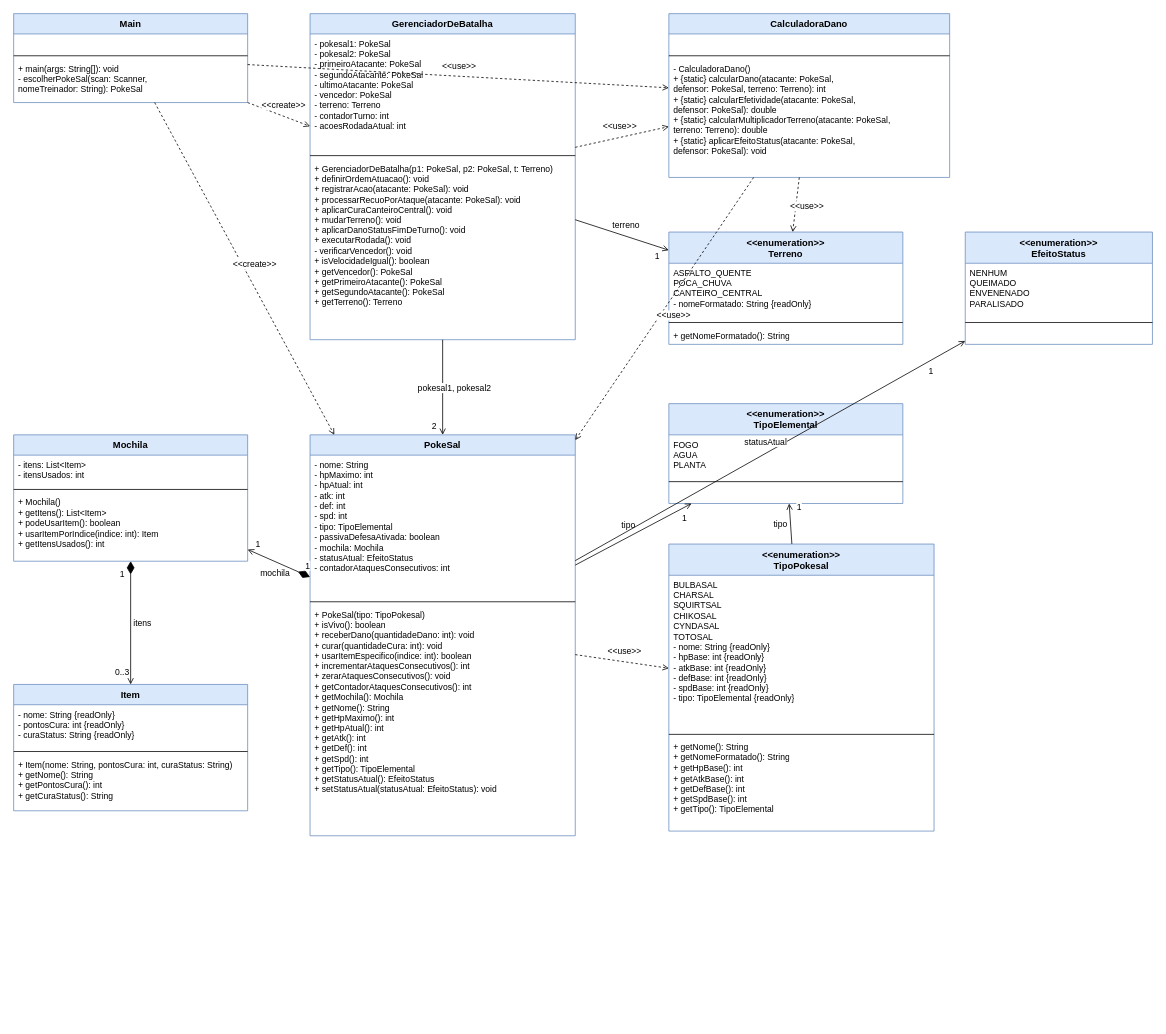
Before: docs/uml/diagrama-classes.drawio in PokeSal/PokeSal, a draw.io diagram. Source tidied: cells renumbered, new cells numbered last; positions are measured from the earlier drawing's top-left corner, leaving out a move shared by most shapes. Both pictures are drawn from the tidied source at 78%, with x=0, y=0 at pixel (13, 13).
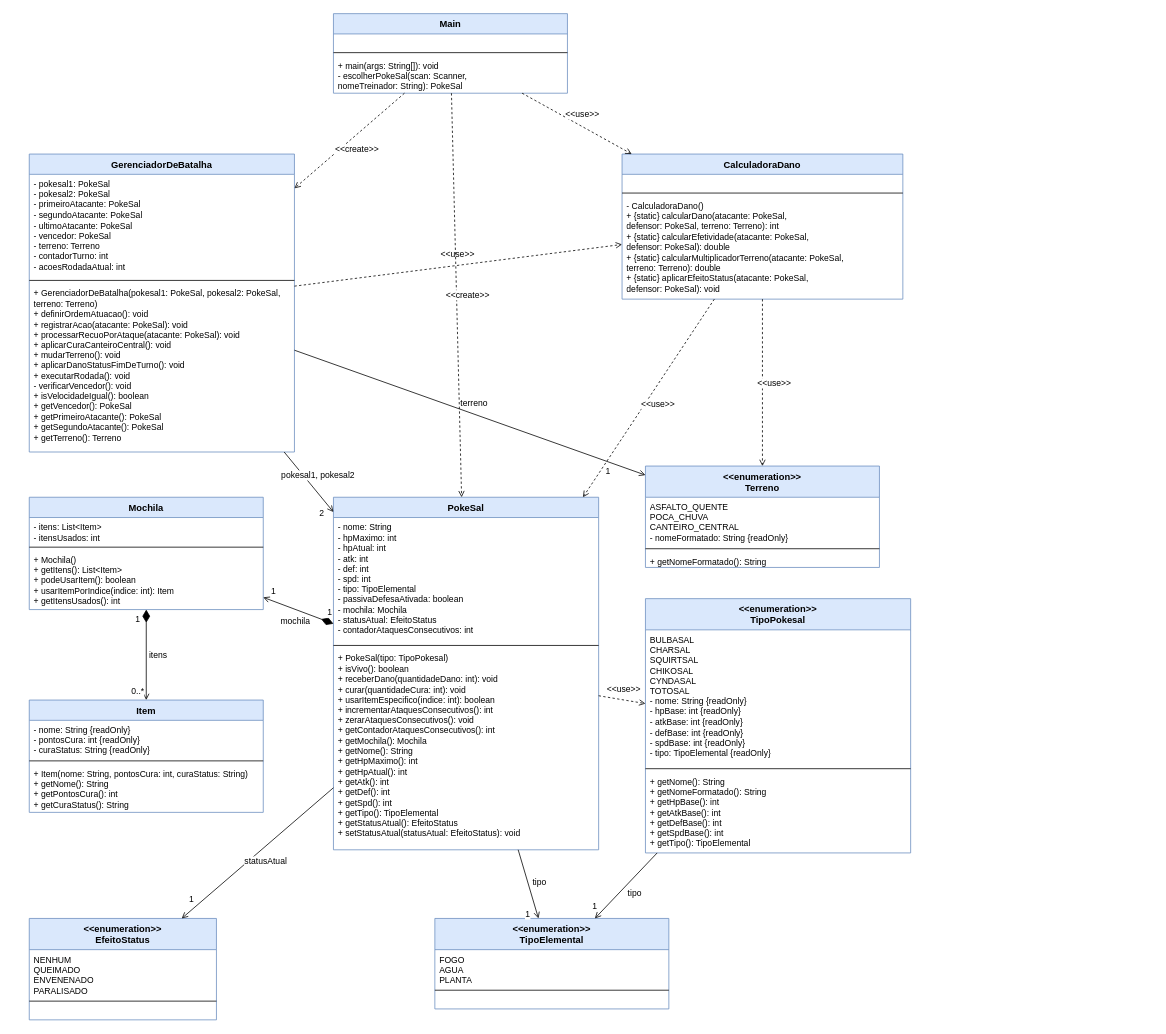
After the change.

Commit message (it also covers changes not shown here):
docs(uml): corrige cardinalidade, nomes de parametros e setas extend

The change refers to these unchanged cells:
```xml
<mxCell id="46" style="edgeStyle=none;html=1;rounded=0;startArrow=diamondThin;startFill=1;endArrow=open;endFill=0;startSize=14;" parent="1" edge="1" source="18" target="22">
  <mxGeometry relative="1" as="geometry" />
</mxCell>
```

What changed in the source:
```diff
@@
     <mxCell id="2" value="Main" style="swimlane;fontStyle=1;align=center;verticalAlign=top;horizontal=1;startSize=26;whiteSpace=wrap;html=1;fillColor=#dae8fc;strokeColor=#6c8ebf;" parent="1" vertex="1">
-      <mxGeometry width="300" height="114" as="geometry" />
+      <mxGeometry x="410" width="300" height="102" as="geometry" />
     </mxCell>
     <mxCell id="3" style="text;strokeColor=none;fillColor=none;align=left;verticalAlign=top;spacingLeft=4;spacingRight=4;overflow=hidden;whiteSpace=wrap;html=1;fontSize=11;" parent="2" vertex="1">
-      <mxGeometry y="26" width="300" height="24" as="geometry" />
+      <mxGeometry y="26" width="300" height="20" as="geometry" />
     </mxCell>
     <mxCell id="4" style="line;strokeWidth=1;fillColor=none;align=left;verticalAlign=middle;" parent="2" vertex="1">
-      <mxGeometry y="50" width="300" height="8" as="geometry" />
+      <mxGeometry y="46" width="300" height="8" as="geometry" />
     </mxCell>
     <mxCell id="5" value="+ main(args: String[]): void&lt;br&gt;- escolherPokeSal(scan: Scanner,&lt;br&gt;    nomeTreinador: String): PokeSal" style="text;strokeColor=none;fillColor=none;align=left;verticalAlign=top;spacingLeft=4;spacingRight=4;overflow=hidden;whiteSpace=wrap;html=1;fontSize=11;" parent="2" vertex="1">
-      <mxGeometry y="58" width="300" height="56" as="geometry" />
+      <mxGeometry y="54" width="300" height="48" as="geometry" />
     </mxCell>
     <mxCell id="6" value="GerenciadorDeBatalha" style="swimlane;fontStyle=1;align=center;verticalAlign=top;horizontal=1;startSize=26;whiteSpace=wrap;html=1;fillColor=#dae8fc;strokeColor=#6c8ebf;" parent="1" vertex="1">
-      <mxGeometry x="380" width="340" height="418" as="geometry" />
+      <mxGeometry x="20" y="180" width="340" height="382" as="geometry" />
     </mxCell>
     <mxCell id="7" value="- pokesal1: PokeSal&lt;br&gt;- pokesal2: PokeSal&lt;br&gt;- primeiroAtacante: PokeSal&lt;br&gt;- segundoAtacante: PokeSal&lt;br&gt;- ultimoAtacante: PokeSal&lt;br&gt;- vencedor: PokeSal&lt;br&gt;- terreno: Terreno&lt;br&gt;- contadorTurno: int&lt;br&gt;- acoesRodadaAtual: int" style="text;strokeColor=none;fillColor=none;align=left;verticalAlign=top;spacingLeft=4;spacingRight=4;overflow=hidden;whiteSpace=wrap;html=1;fontSize=11;" parent="6" vertex="1">
-      <mxGeometry y="26" width="340" height="152" as="geometry" />
+      <mxGeometry y="26" width="340" height="132" as="geometry" />
     </mxCell>
     <mxCell id="8" style="line;strokeWidth=1;fillColor=none;align=left;verticalAlign=middle;" parent="6" vertex="1">
-      <mxGeometry y="178" width="340" height="8" as="geometry" />
+      <mxGeometry y="158" width="340" height="8" as="geometry" />
     </mxCell>
-    <mxCell id="9" value="+ GerenciadorDeBatalha(p1: PokeSal, p2: PokeSal, t: Terreno)&lt;br&gt;+ definirOrdemAtuacao(): void&lt;br&gt;+ registrarAcao(atacante: PokeSal): void&lt;br&gt;+ processarRecuoPorAtaque(atacante: PokeSal): void&lt;br&gt;+ aplicarCuraCanteiroCentral(): void&lt;br&gt;+ mudarTerreno(): void&lt;br&gt;+ aplicarDanoStatusFimDeTurno(): void&lt;br&gt;+ executarRodada(): void&lt;br&gt;- verificarVencedor(): void&lt;br&gt;+ isVelocidadeIgual(): boolean&lt;br&gt;+ getVencedor(): PokeSal&lt;br&gt;+ getPrimeiroAtacante(): PokeSal&lt;br&gt;+ getSegundoAtacante(): PokeSal&lt;br&gt;+ getTerreno(): Terreno" style="text;strokeColor=none;fillColor=none;align=left;verticalAlign=top;spacingLeft=4;spacingRight=4;overflow=hidden;whiteSpace=wrap;html=1;fontSize=11;" parent="6" vertex="1">
-      <mxGeometry y="186" width="340" height="232" as="geometry" />
+    <mxCell id="9" value="+ GerenciadorDeBatalha(pokesal1: PokeSal, pokesal2: PokeSal,&lt;br&gt;    terreno: Terreno)&lt;br&gt;+ definirOrdemAtuacao(): void&lt;br&gt;+ registrarAcao(atacante: PokeSal): void&lt;br&gt;+ processarRecuoPorAtaque(atacante: PokeSal): void&lt;br&gt;+ aplicarCuraCanteiroCentral(): void&lt;br&gt;+ mudarTerreno(): void&lt;br&gt;+ aplicarDanoStatusFimDeTurno(): void&lt;br&gt;+ executarRodada(): void&lt;br&gt;- verificarVencedor(): void&lt;br&gt;+ isVelocidadeIgual(): boolean&lt;br&gt;+ getVencedor(): PokeSal&lt;br&gt;+ getPrimeiroAtacante(): PokeSal&lt;br&gt;+ getSegundoAtacante(): PokeSal&lt;br&gt;+ getTerreno(): Terreno" style="text;strokeColor=none;fillColor=none;align=left;verticalAlign=top;spacingLeft=4;spacingRight=4;overflow=hidden;whiteSpace=wrap;html=1;fontSize=11;" parent="6" vertex="1">
+      <mxGeometry y="166" width="340" height="216" as="geometry" />
     </mxCell>
     <mxCell id="10" value="CalculadoraDano" style="swimlane;fontStyle=1;align=center;verticalAlign=top;horizontal=1;startSize=26;whiteSpace=wrap;html=1;fillColor=#dae8fc;strokeColor=#6c8ebf;" parent="1" vertex="1">
-      <mxGeometry x="840" width="360" height="210" as="geometry" />
+      <mxGeometry x="780" y="180" width="360" height="186" as="geometry" />
     </mxCell>
     <mxCell id="11" style="text;strokeColor=none;fillColor=none;align=left;verticalAlign=top;spacingLeft=4;spacingRight=4;overflow=hidden;whiteSpace=wrap;html=1;fontSize=11;" parent="10" vertex="1">
-      <mxGeometry y="26" width="360" height="24" as="geometry" />
+      <mxGeometry y="26" width="360" height="20" as="geometry" />
     </mxCell>
     <mxCell id="12" style="line;strokeWidth=1;fillColor=none;align=left;verticalAlign=middle;" parent="10" vertex="1">
-      <mxGeometry y="50" width="360" height="8" as="geometry" />
+      <mxGeometry y="46" width="360" height="8" as="geometry" />
     </mxCell>
     <mxCell id="13" value="- CalculadoraDano()&lt;br&gt;+ {static} calcularDano(atacante: PokeSal,&lt;br&gt;    defensor: PokeSal, terreno: Terreno): int&lt;br&gt;+ {static} calcularEfetividade(atacante: PokeSal,&lt;br&gt;    defensor: PokeSal): double&lt;br&gt;+ {static} calcularMultiplicadorTerreno(atacante: PokeSal,&lt;br&gt;    terreno: Terreno): double&lt;br&gt;+ {static} aplicarEfeitoStatus(atacante: PokeSal,&lt;br&gt;    defensor: PokeSal): void" style="text;strokeColor=none;fillColor=none;align=left;verticalAlign=top;spacingLeft=4;spacingRight=4;overflow=hidden;whiteSpace=wrap;html=1;fontSize=11;" parent="10" vertex="1">
-      <mxGeometry y="58" width="360" height="152" as="geometry" />
+      <mxGeometry y="54" width="360" height="132" as="geometry" />
     </mxCell>
     <mxCell id="14" value="PokeSal" style="swimlane;fontStyle=1;align=center;verticalAlign=top;horizontal=1;startSize=26;whiteSpace=wrap;html=1;fillColor=#dae8fc;strokeColor=#6c8ebf;" parent="1" vertex="1">
-      <mxGeometry x="380" y="540" width="340" height="514" as="geometry" />
+      <mxGeometry x="410" y="620" width="340" height="452" as="geometry" />
     </mxCell>
     <mxCell id="15" value="- nome: String&lt;br&gt;- hpMaximo: int&lt;br&gt;- hpAtual: int&lt;br&gt;- atk: int&lt;br&gt;- def: int&lt;br&gt;- spd: int&lt;br&gt;- tipo: TipoElemental&lt;br&gt;- passivaDefesaAtivada: boolean&lt;br&gt;- mochila: Mochila&lt;br&gt;- statusAtual: EfeitoStatus&lt;br&gt;- contadorAtaquesConsecutivos: int" style="text;strokeColor=none;fillColor=none;align=left;verticalAlign=top;spacingLeft=4;spacingRight=4;overflow=hidden;whiteSpace=wrap;html=1;fontSize=11;" parent="14" vertex="1">
-      <mxGeometry y="26" width="340" height="184" as="geometry" />
+      <mxGeometry y="26" width="340" height="160" as="geometry" />
     </mxCell>
     <mxCell id="16" style="line;strokeWidth=1;fillColor=none;align=left;verticalAlign=middle;" parent="14" vertex="1">
-      <mxGeometry y="210" width="340" height="8" as="geometry" />
+      <mxGeometry y="186" width="340" height="8" as="geometry" />
     </mxCell>
     <mxCell id="17" value="+ PokeSal(tipo: TipoPokesal)&lt;br&gt;+ isVivo(): boolean&lt;br&gt;+ receberDano(quantidadeDano: int): void&lt;br&gt;+ curar(quantidadeCura: int): void&lt;br&gt;+ usarItemEspecifico(indice: int): boolean&lt;br&gt;+ incrementarAtaquesConsecutivos(): int&lt;br&gt;+ zerarAtaquesConsecutivos(): void&lt;br&gt;+ getContadorAtaquesConsecutivos(): int&lt;br&gt;+ getMochila(): Mochila&lt;br&gt;+ getNome(): String&lt;br&gt;+ getHpMaximo(): int&lt;br&gt;+ getHpAtual(): int&lt;br&gt;+ getAtk(): int&lt;br&gt;+ getDef(): int&lt;br&gt;+ getSpd(): int&lt;br&gt;+ getTipo(): TipoElemental&lt;br&gt;+ getStatusAtual(): EfeitoStatus&lt;br&gt;+ setStatusAtual(statusAtual: EfeitoStatus): void" style="text;strokeColor=none;fillColor=none;align=left;verticalAlign=top;spacingLeft=4;spacingRight=4;overflow=hidden;whiteSpace=wrap;html=1;fontSize=11;" parent="14" vertex="1">
-      <mxGeometry y="218" width="340" height="296" as="geometry" />
+      <mxGeometry y="194" width="340" height="258" as="geometry" />
     </mxCell>
     <mxCell id="18" value="Mochila" style="swimlane;fontStyle=1;align=center;verticalAlign=top;horizontal=1;startSize=26;whiteSpace=wrap;html=1;fillColor=#dae8fc;strokeColor=#6c8ebf;" parent="1" vertex="1">
-      <mxGeometry y="540" width="300" height="162" as="geometry" />
+      <mxGeometry x="20" y="620" width="300" height="144" as="geometry" />
     </mxCell>
     <mxCell id="19" value="- itens: List&amp;lt;Item&amp;gt;&lt;br&gt;- itensUsados: int" style="text;strokeColor=none;fillColor=none;align=left;verticalAlign=top;spacingLeft=4;spacingRight=4;overflow=hidden;whiteSpace=wrap;html=1;fontSize=11;" parent="18" vertex="1">
-      <mxGeometry y="26" width="300" height="40" as="geometry" />
+      <mxGeometry y="26" width="300" height="34" as="geometry" />
     </mxCell>
     <mxCell id="20" style="line;strokeWidth=1;fillColor=none;align=left;verticalAlign=middle;" parent="18" vertex="1">
-      <mxGeometry y="66" width="300" height="8" as="geometry" />
+      <mxGeometry y="60" width="300" height="8" as="geometry" />
     </mxCell>
     <mxCell id="21" value="+ Mochila()&lt;br&gt;+ getItens(): List&amp;lt;Item&amp;gt;&lt;br&gt;+ podeUsarItem(): boolean&lt;br&gt;+ usarItemPorIndice(indice: int): Item&lt;br&gt;+ getItensUsados(): int" style="text;strokeColor=none;fillColor=none;align=left;verticalAlign=top;spacingLeft=4;spacingRight=4;overflow=hidden;whiteSpace=wrap;html=1;fontSize=11;" parent="18" vertex="1">
-      <mxGeometry y="74" width="300" height="88" as="geometry" />
+      <mxGeometry y="68" width="300" height="76" as="geometry" />
     </mxCell>
     <mxCell id="22" value="Item" style="swimlane;fontStyle=1;align=center;verticalAlign=top;horizontal=1;startSize=26;whiteSpace=wrap;html=1;fillColor=#dae8fc;strokeColor=#6c8ebf;" parent="1" vertex="1">
-      <mxGeometry y="860" width="300" height="162" as="geometry" />
+      <mxGeometry x="20" y="880" width="300" height="144" as="geometry" />
     </mxCell>
     <mxCell id="23" value="- nome: String {readOnly}&lt;br&gt;- pontosCura: int {readOnly}&lt;br&gt;- curaStatus: String {readOnly}" style="text;strokeColor=none;fillColor=none;align=left;verticalAlign=top;spacingLeft=4;spacingRight=4;overflow=hidden;whiteSpace=wrap;html=1;fontSize=11;" parent="22" vertex="1">
-      <mxGeometry y="26" width="300" height="56" as="geometry" />
+      <mxGeometry y="26" width="300" height="48" as="geometry" />
     </mxCell>
     <mxCell id="24" style="line;strokeWidth=1;fillColor=none;align=left;verticalAlign=middle;" parent="22" vertex="1">
-      <mxGeometry y="82" width="300" height="8" as="geometry" />
+      <mxGeometry y="74" width="300" height="8" as="geometry" />
     </mxCell>
     <mxCell id="25" value="+ Item(nome: String, pontosCura: int, curaStatus: String)&lt;br&gt;+ getNome(): String&lt;br&gt;+ getPontosCura(): int&lt;br&gt;+ getCuraStatus(): String" style="text;strokeColor=none;fillColor=none;align=left;verticalAlign=top;spacingLeft=4;spacingRight=4;overflow=hidden;whiteSpace=wrap;html=1;fontSize=11;" parent="22" vertex="1">
-      <mxGeometry y="90" width="300" height="72" as="geometry" />
+      <mxGeometry y="82" width="300" height="62" as="geometry" />
     </mxCell>
     <mxCell id="26" value="&amp;lt;&amp;lt;enumeration&amp;gt;&amp;gt;&lt;br&gt;Terreno" style="swimlane;fontStyle=1;align=center;verticalAlign=top;horizontal=1;startSize=40;whiteSpace=wrap;html=1;fillColor=#dae8fc;strokeColor=#6c8ebf;" parent="1" vertex="1">
-      <mxGeometry x="840" y="280" width="300" height="144" as="geometry" />
+      <mxGeometry x="810" y="580" width="300" height="130" as="geometry" />
     </mxCell>
     <mxCell id="27" value="ASFALTO_QUENTE&lt;br&gt;POCA_CHUVA&lt;br&gt;CANTEIRO_CENTRAL&lt;br&gt;- nomeFormatado: String {readOnly}" style="text;strokeColor=none;fillColor=none;align=left;verticalAlign=top;spacingLeft=4;spacingRight=4;overflow=hidden;whiteSpace=wrap;html=1;fontSize=11;" parent="26" vertex="1">
-      <mxGeometry y="40" width="300" height="72" as="geometry" />
+      <mxGeometry y="40" width="300" height="62" as="geometry" />
     </mxCell>
     <mxCell id="28" style="line;strokeWidth=1;fillColor=none;align=left;verticalAlign=middle;" parent="26" vertex="1">
-      <mxGeometry y="112" width="300" height="8" as="geometry" />
+      <mxGeometry y="102" width="300" height="8" as="geometry" />
     </mxCell>
     <mxCell id="29" value="+ getNomeFormatado(): String" style="text;strokeColor=none;fillColor=none;align=left;verticalAlign=top;spacingLeft=4;spacingRight=4;overflow=hidden;whiteSpace=wrap;html=1;fontSize=11;" parent="26" vertex="1">
-      <mxGeometry y="120" width="300" height="24" as="geometry" />
+      <mxGeometry y="110" width="300" height="20" as="geometry" />
     </mxCell>
     <mxCell id="30" value="&amp;lt;&amp;lt;enumeration&amp;gt;&amp;gt;&lt;br&gt;TipoElemental" style="swimlane;fontStyle=1;align=center;verticalAlign=top;horizontal=1;startSize=40;whiteSpace=wrap;html=1;fillColor=#dae8fc;strokeColor=#6c8ebf;" parent="1" vertex="1">
-      <mxGeometry x="840" y="500" width="300" height="128" as="geometry" />
+      <mxGeometry x="540" y="1160" width="300" height="116" as="geometry" />
     </mxCell>
     <mxCell id="31" value="FOGO&lt;br&gt;AGUA&lt;br&gt;PLANTA" style="text;strokeColor=none;fillColor=none;align=left;verticalAlign=top;spacingLeft=4;spacingRight=4;overflow=hidden;whiteSpace=wrap;html=1;fontSize=11;" parent="30" vertex="1">
-      <mxGeometry y="40" width="300" height="56" as="geometry" />
+      <mxGeometry y="40" width="300" height="48" as="geometry" />
     </mxCell>
     <mxCell id="32" style="line;strokeWidth=1;fillColor=none;align=left;verticalAlign=middle;" parent="30" vertex="1">
-      <mxGeometry y="96" width="300" height="8" as="geometry" />
+      <mxGeometry y="88" width="300" height="8" as="geometry" />
     </mxCell>
     <mxCell id="33" style="text;strokeColor=none;fillColor=none;align=left;verticalAlign=top;spacingLeft=4;spacingRight=4;overflow=hidden;whiteSpace=wrap;html=1;fontSize=11;" parent="30" vertex="1">
-      <mxGeometry y="104" width="300" height="24" as="geometry" />
+      <mxGeometry y="96" width="300" height="20" as="geometry" />
     </mxCell>
     <mxCell id="34" value="&amp;lt;&amp;lt;enumeration&amp;gt;&amp;gt;&lt;br&gt;EfeitoStatus" style="swimlane;fontStyle=1;align=center;verticalAlign=top;horizontal=1;startSize=40;whiteSpace=wrap;html=1;fillColor=#dae8fc;strokeColor=#6c8ebf;" parent="1" vertex="1">
-      <mxGeometry x="1220" y="280" width="240" height="144" as="geometry" />
+      <mxGeometry x="20" y="1160" width="240" height="130" as="geometry" />
     </mxCell>
     <mxCell id="35" value="NENHUM&lt;br&gt;QUEIMADO&lt;br&gt;ENVENENADO&lt;br&gt;PARALISADO" style="text;strokeColor=none;fillColor=none;align=left;verticalAlign=top;spacingLeft=4;spacingRight=4;overflow=hidden;whiteSpace=wrap;html=1;fontSize=11;" parent="34" vertex="1">
-      <mxGeometry y="40" width="240" height="72" as="geometry" />
+      <mxGeometry y="40" width="240" height="62" as="geometry" />
     </mxCell>
     <mxCell id="36" style="line;strokeWidth=1;fillColor=none;align=left;verticalAlign=middle;" parent="34" vertex="1">
-      <mxGeometry y="112" width="240" height="8" as="geometry" />
+      <mxGeometry y="102" width="240" height="8" as="geometry" />
     </mxCell>
     <mxCell id="37" style="text;strokeColor=none;fillColor=none;align=left;verticalAlign=top;spacingLeft=4;spacingRight=4;overflow=hidden;whiteSpace=wrap;html=1;fontSize=11;" parent="34" vertex="1">
-      <mxGeometry y="120" width="240" height="24" as="geometry" />
+      <mxGeometry y="110" width="240" height="20" as="geometry" />
     </mxCell>
     <mxCell id="38" value="&amp;lt;&amp;lt;enumeration&amp;gt;&amp;gt;&lt;br&gt;TipoPokesal" style="swimlane;fontStyle=1;align=center;verticalAlign=top;horizontal=1;startSize=40;whiteSpace=wrap;html=1;fillColor=#dae8fc;strokeColor=#6c8ebf;" parent="1" vertex="1">
-      <mxGeometry x="840" y="680" width="340" height="368" as="geometry" />
+      <mxGeometry x="810" y="750" width="340" height="326" as="geometry" />
     </mxCell>
     <mxCell id="39" value="BULBASAL&lt;br&gt;CHARSAL&lt;br&gt;SQUIRTSAL&lt;br&gt;CHIKOSAL&lt;br&gt;CYNDASAL&lt;br&gt;TOTOSAL&lt;br&gt;- nome: String {readOnly}&lt;br&gt;- hpBase: int {readOnly}&lt;br&gt;- atkBase: int {readOnly}&lt;br&gt;- defBase: int {readOnly}&lt;br&gt;- spdBase: int {readOnly}&lt;br&gt;- tipo: TipoElemental {readOnly}" style="text;strokeColor=none;fillColor=none;align=left;verticalAlign=top;spacingLeft=4;spacingRight=4;overflow=hidden;whiteSpace=wrap;html=1;fontSize=11;" parent="38" vertex="1">
-      <mxGeometry y="40" width="340" height="200" as="geometry" />
+      <mxGeometry y="40" width="340" height="174" as="geometry" />
     </mxCell>
     <mxCell id="40" style="line;strokeWidth=1;fillColor=none;align=left;verticalAlign=middle;" parent="38" vertex="1">
-      <mxGeometry y="240" width="340" height="8" as="geometry" />
+      <mxGeometry y="214" width="340" height="8" as="geometry" />
     </mxCell>
     <mxCell id="41" value="+ getNome(): String&lt;br&gt;+ getNomeFormatado(): String&lt;br&gt;+ getHpBase(): int&lt;br&gt;+ getAtkBase(): int&lt;br&gt;+ getDefBase(): int&lt;br&gt;+ getSpdBase(): int&lt;br&gt;+ getTipo(): TipoElemental" style="text;strokeColor=none;fillColor=none;align=left;verticalAlign=top;spacingLeft=4;spacingRight=4;overflow=hidden;whiteSpace=wrap;html=1;fontSize=11;" parent="38" vertex="1">
-      <mxGeometry y="248" width="340" height="120" as="geometry" />
+      <mxGeometry y="222" width="340" height="104" as="geometry" />
     </mxCell>
@@
-    <mxCell id="48" value="0..3" style="edgeLabel;html=1;align=center;verticalAlign=middle;fontSize=11;labelBackgroundColor=default;" parent="46" vertex="1">
+    <mxCell id="48" value="0..*" style="edgeLabel;html=1;align=center;verticalAlign=middle;fontSize=11;labelBackgroundColor=default;" parent="46" vertex="1">
       <mxGeometry x="0.8" y="-12" relative="1" as="geometry" />
     </mxCell>
@@
-    <mxCell id="50" style="edgeStyle=none;html=1;rounded=0;endArrow=open;endFill=0;" parent="1" edge="1" source="14" target="30">
+    <mxCell id="50" style="edgeStyle=none;html=1;rounded=0;startArrow=none;endArrow=open;endFill=0;" parent="1" edge="1" source="14" target="30">
       <mxGeometry relative="1" as="geometry" />
     </mxCell>
@@
-    <mxCell id="53" style="edgeStyle=none;html=1;rounded=0;endArrow=open;endFill=0;" parent="1" edge="1" source="14" target="34">
+    <mxCell id="53" style="edgeStyle=none;html=1;rounded=0;startArrow=none;endArrow=open;endFill=0;" parent="1" edge="1" source="14" target="34">
       <mxGeometry relative="1" as="geometry" />
     </mxCell>
@@
-    <mxCell id="56" style="edgeStyle=none;html=1;rounded=0;dashed=1;endArrow=open;endFill=0;" parent="1" edge="1" source="14" target="38">
+    <mxCell id="56" style="edgeStyle=none;html=1;rounded=0;startArrow=none;dashed=1;endArrow=open;endFill=0;" parent="1" edge="1" source="14" target="38">
       <mxGeometry relative="1" as="geometry" />
     </mxCell>
@@
-    <mxCell id="58" style="edgeStyle=none;html=1;rounded=0;endArrow=open;endFill=0;" parent="1" edge="1" source="38" target="30">
+    <mxCell id="58" style="edgeStyle=none;html=1;rounded=0;startArrow=none;endArrow=open;endFill=0;" parent="1" edge="1" source="38" target="30">
       <mxGeometry relative="1" as="geometry" />
     </mxCell>
@@
-    <mxCell id="61" style="edgeStyle=none;html=1;rounded=0;endArrow=open;endFill=0;" parent="1" edge="1" source="6" target="14">
+    <mxCell id="61" style="edgeStyle=none;html=1;rounded=0;startArrow=none;endArrow=open;endFill=0;" parent="1" edge="1" source="6" target="14">
       <mxGeometry relative="1" as="geometry" />
     </mxCell>
@@
-    <mxCell id="64" style="edgeStyle=none;html=1;rounded=0;endArrow=open;endFill=0;" parent="1" edge="1" source="6" target="26">
+    <mxCell id="64" style="edgeStyle=none;html=1;rounded=0;startArrow=none;endArrow=open;endFill=0;" parent="1" edge="1" source="6" target="26">
       <mxGeometry relative="1" as="geometry" />
     </mxCell>
@@
-    <mxCell id="67" style="edgeStyle=none;html=1;rounded=0;dashed=1;endArrow=open;endFill=0;" parent="1" edge="1" source="6" target="10">
+    <mxCell id="67" style="edgeStyle=none;html=1;rounded=0;startArrow=none;dashed=1;endArrow=open;endFill=0;" parent="1" edge="1" source="6" target="10">
       <mxGeometry relative="1" as="geometry" />
     </mxCell>
@@
-    <mxCell id="69" style="edgeStyle=none;html=1;rounded=0;dashed=1;endArrow=open;endFill=0;" parent="1" edge="1" source="10" target="14">
+    <mxCell id="69" style="edgeStyle=none;html=1;rounded=0;startArrow=none;dashed=1;endArrow=open;endFill=0;" parent="1" edge="1" source="10" target="14">
       <mxGeometry relative="1" as="geometry" />
     </mxCell>
@@
-    <mxCell id="71" style="edgeStyle=none;html=1;rounded=0;dashed=1;endArrow=open;endFill=0;" parent="1" edge="1" source="10" target="26">
+    <mxCell id="71" style="edgeStyle=none;html=1;rounded=0;startArrow=none;dashed=1;endArrow=open;endFill=0;" parent="1" edge="1" source="10" target="26">
       <mxGeometry relative="1" as="geometry" />
     </mxCell>
@@
-    <mxCell id="73" style="edgeStyle=none;html=1;rounded=0;dashed=1;endArrow=open;endFill=0;" parent="1" edge="1" source="2" target="6">
+    <mxCell id="73" style="edgeStyle=none;html=1;rounded=0;startArrow=none;dashed=1;endArrow=open;endFill=0;" parent="1" edge="1" source="2" target="6">
       <mxGeometry relative="1" as="geometry" />
     </mxCell>
@@
-    <mxCell id="75" style="edgeStyle=none;html=1;rounded=0;dashed=1;endArrow=open;endFill=0;" parent="1" edge="1" source="2" target="14">
+    <mxCell id="75" style="edgeStyle=none;html=1;rounded=0;startArrow=none;dashed=1;endArrow=open;endFill=0;" parent="1" edge="1" source="2" target="14">
       <mxGeometry relative="1" as="geometry" />
     </mxCell>
@@
-    <mxCell id="77" style="edgeStyle=none;html=1;rounded=0;dashed=1;endArrow=open;endFill=0;" parent="1" edge="1" source="2" target="10">
+    <mxCell id="77" style="edgeStyle=none;html=1;rounded=0;startArrow=none;dashed=1;endArrow=open;endFill=0;" parent="1" edge="1" source="2" target="10">
       <mxGeometry relative="1" as="geometry" />
     </mxCell>
```
